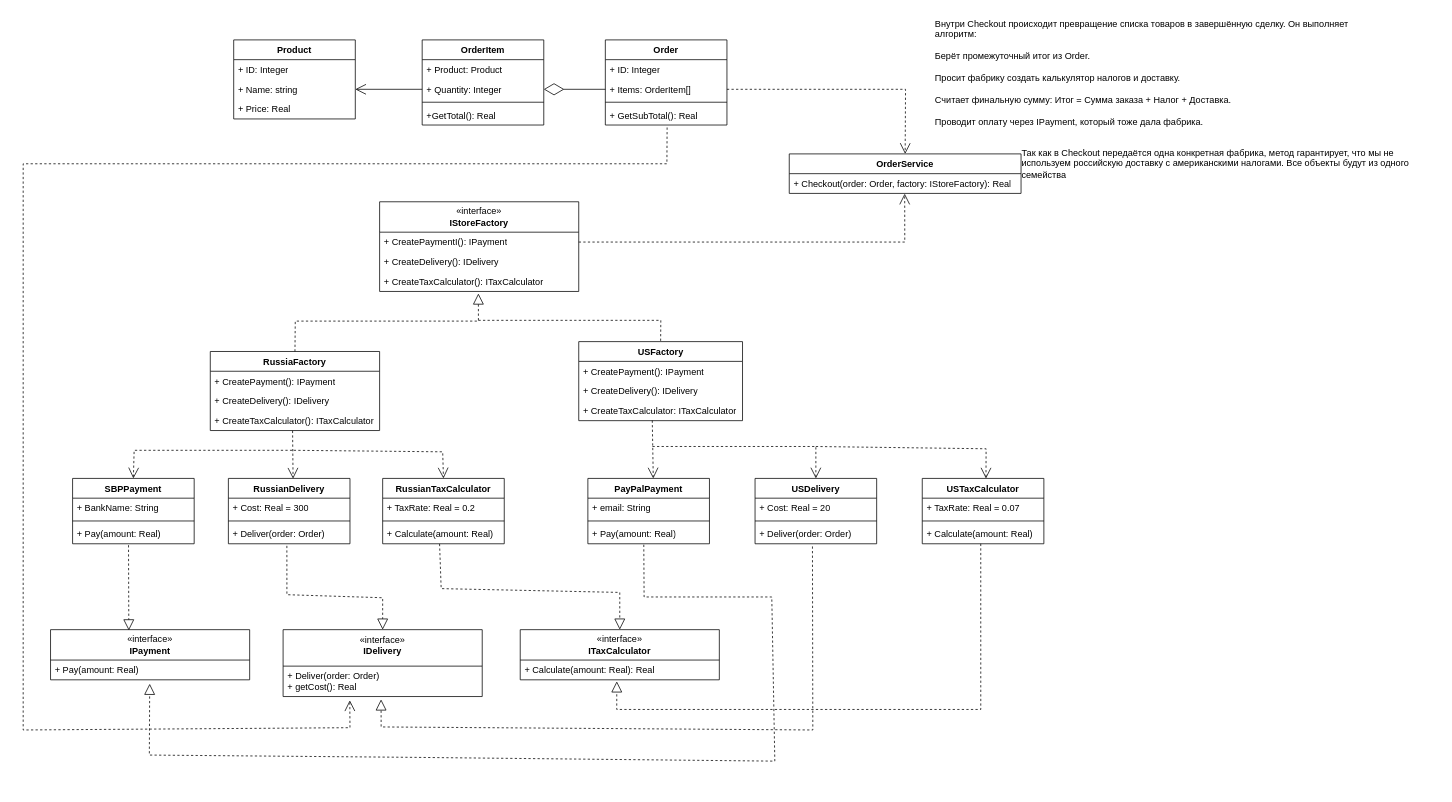
Above: lab01/docs/ооап1.drawio in razzgrape/Object-oriented-analysis-and-design-2 (draw.io), before the change. Source tidied: cells renumbered, new cells numbered last; positions are measured from the earlier drawing's top-left corner, leaving out a move shared by most shapes. Both pictures are drawn from the tidied source at 76%, with x=0, y=0 at pixel (23, 13).
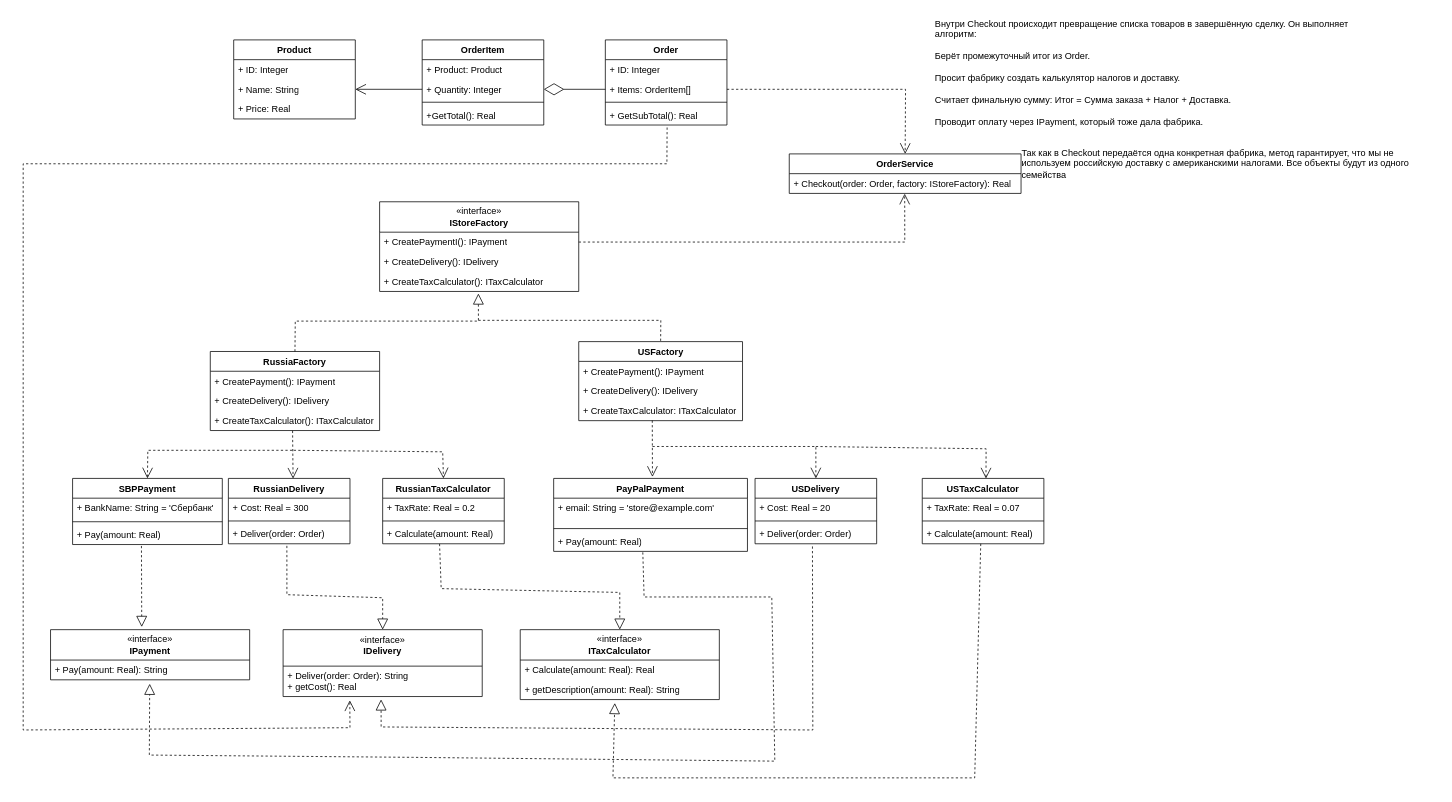
The same diagram, later.

Commit message:
upd: diag class

Unchanged cells that the change refers to:
```xml
<mxCell id="6" value="Product" style="swimlane;fontStyle=1;align=center;verticalAlign=top;horizontal=1;startSize=26;whiteSpace=wrap;html=1;" parent="1" vertex="1">
  <mxGeometry x="277" y="35" width="160" height="104" as="geometry" />
</mxCell>
<mxCell id="38" value="«interface»&lt;div&gt;&lt;b&gt;IPayment&lt;/b&gt;&lt;/div&gt;" style="swimlane;fontStyle=0;horizontal=1;startSize=40;fillColor=none;whiteSpace=wrap;html=1;" parent="1" vertex="1">
  <mxGeometry x="36" y="811" width="262" height="66" as="geometry" />
</mxCell>
<mxCell id="40" value="&lt;span style=&quot;font-weight: 400;&quot;&gt;«interface»&lt;/span&gt;&lt;div&gt;IDelivery&lt;br&gt;&lt;div&gt;&lt;span style=&quot;font-weight: 400;&quot;&gt;&lt;br&gt;&lt;/span&gt;&lt;/div&gt;&lt;/div&gt;" style="swimlane;fontStyle=1;align=center;verticalAlign=top;horizontal=1;startSize=48;whiteSpace=wrap;html=1;" parent="1" vertex="1">
  <mxGeometry x="342" y="811" width="262" height="88" as="geometry" />
</mxCell>
<mxCell id="43" value="+ Calculate(amount: Real): Real&amp;nbsp;" style="text;strokeColor=none;fillColor=none;align=left;verticalAlign=top;spacingLeft=4;spacingRight=4;overflow=hidden;points=[[0,0.5],[1,0.5]];portConstraint=eastwest;whiteSpace=wrap;html=1;" parent="42" vertex="1">
  <mxGeometry y="40" width="262" height="26" as="geometry" />
</mxCell>
<mxCell id="47" value="+ CreateTaxCalculator: ITaxCalculator" style="text;strokeColor=none;fillColor=none;align=left;verticalAlign=top;spacingLeft=4;spacingRight=4;overflow=hidden;points=[[0,0.5],[1,0.5]];portConstraint=eastwest;whiteSpace=wrap;html=1;" parent="44" vertex="1">
  <mxGeometry y="78" width="215.5" height="26" as="geometry" />
</mxCell>
<mxCell id="59" value="+ Calculate(amount: Real)" style="text;strokeColor=none;fillColor=none;align=left;verticalAlign=top;spacingLeft=4;spacingRight=4;overflow=hidden;points=[[0,0.5],[1,0.5]];portConstraint=eastwest;whiteSpace=wrap;html=1;" parent="56" vertex="1">
  <mxGeometry y="60" width="160" height="26" as="geometry" />
</mxCell>
```

Diff of the diagram source:
```diff
@@
-    <mxCell id="8" value="+ Name: string" style="text;strokeColor=none;fillColor=none;align=left;verticalAlign=top;spacingLeft=4;spacingRight=4;overflow=hidden;points=[[0,0.5],[1,0.5]];portConstraint=eastwest;whiteSpace=wrap;html=1;" parent="6" vertex="1">
+    <mxCell id="8" value="+ Name: String" style="text;strokeColor=none;fillColor=none;align=left;verticalAlign=top;spacingLeft=4;spacingRight=4;overflow=hidden;points=[[0,0.5],[1,0.5]];portConstraint=eastwest;whiteSpace=wrap;html=1;" parent="6" vertex="1">
       <mxGeometry y="52" width="160" height="26" as="geometry" />
     </mxCell>
@@
     <mxCell id="26" value="SBPPayment" style="swimlane;fontStyle=1;align=center;verticalAlign=top;horizontal=1;startSize=26;whiteSpace=wrap;html=1;" parent="1" vertex="1">
-      <mxGeometry x="65" y="612" width="160" height="86" as="geometry" />
+      <mxGeometry x="65" y="612" width="197" height="87" as="geometry" />
     </mxCell>
-    <mxCell id="27" value="+ BankName: String" style="text;strokeColor=none;fillColor=none;align=left;verticalAlign=top;spacingLeft=4;spacingRight=4;overflow=hidden;whiteSpace=wrap;html=1;" parent="26" vertex="1">
-      <mxGeometry y="26" width="160" height="26" as="geometry" />
+    <mxCell id="27" value="+ BankName: String = 'Сбербанк'" style="text;strokeColor=none;fillColor=none;align=left;verticalAlign=top;spacingLeft=4;spacingRight=4;overflow=hidden;whiteSpace=wrap;html=1;" parent="26" vertex="1">
+      <mxGeometry y="26" width="197" height="27" as="geometry" />
     </mxCell>
     <mxCell id="28" style="line;strokeWidth=1;fillColor=none;align=left;verticalAlign=middle;spacingTop=-1;spacingLeft=3;spacingRight=3;labelPosition=right;strokeColor=inherit;" parent="26" vertex="1">
-      <mxGeometry y="52" width="160" height="8" as="geometry" />
+      <mxGeometry y="53" width="197" height="8" as="geometry" />
     </mxCell>
     <mxCell id="29" value="+ Pay(amount: Real)" style="text;strokeColor=none;fillColor=none;align=left;verticalAlign=top;spacingLeft=4;spacingRight=4;overflow=hidden;points=[[0,0.5],[1,0.5]];portConstraint=eastwest;whiteSpace=wrap;html=1;" parent="26" vertex="1">
-      <mxGeometry y="60" width="160" height="26" as="geometry" />
+      <mxGeometry y="61" width="197" height="26" as="geometry" />
     </mxCell>
@@
-    <mxCell id="39" value="+ Pay(amount: Real)" style="text;strokeColor=none;fillColor=none;align=left;verticalAlign=top;spacingLeft=4;spacingRight=4;overflow=hidden;points=[[0,0.5],[1,0.5]];portConstraint=eastwest;whiteSpace=wrap;html=1;" parent="38" vertex="1">
+    <mxCell id="39" value="+ Pay(amount: Real): String" style="text;strokeColor=none;fillColor=none;align=left;verticalAlign=top;spacingLeft=4;spacingRight=4;overflow=hidden;points=[[0,0.5],[1,0.5]];portConstraint=eastwest;whiteSpace=wrap;html=1;" parent="38" vertex="1">
       <mxGeometry y="40" width="262" height="26" as="geometry" />
     </mxCell>
@@
-    <mxCell id="41" value="+ Deliver(order: Order)&lt;div&gt;+ getCost(): Real&lt;br&gt;&lt;div&gt;&lt;br&gt;&lt;/div&gt;&lt;/div&gt;" style="text;strokeColor=none;fillColor=none;align=left;verticalAlign=top;spacingLeft=4;spacingRight=4;overflow=hidden;points=[[0,0.5],[1,0.5]];portConstraint=eastwest;whiteSpace=wrap;html=1;" parent="40" vertex="1">
+    <mxCell id="41" value="+ Deliver(order: Order): String&lt;div&gt;+ getCost(): Real&lt;br&gt;&lt;div&gt;&lt;br&gt;&lt;/div&gt;&lt;/div&gt;" style="text;strokeColor=none;fillColor=none;align=left;verticalAlign=top;spacingLeft=4;spacingRight=4;overflow=hidden;points=[[0,0.5],[1,0.5]];portConstraint=eastwest;whiteSpace=wrap;html=1;" parent="40" vertex="1">
       <mxGeometry y="48" width="262" height="40" as="geometry" />
     </mxCell>
     <mxCell id="42" value="«interface»&lt;div&gt;&lt;b&gt;ITaxCalculator&lt;/b&gt;&lt;/div&gt;" style="swimlane;fontStyle=0;horizontal=1;startSize=40;fillColor=none;whiteSpace=wrap;html=1;" parent="1" vertex="1">
-      <mxGeometry x="654" y="811" width="262" height="66" as="geometry" />
+      <mxGeometry x="654" y="811" width="262" height="92" as="geometry" />
     </mxCell>
@@
+    <mxCell id="81" value="+ getDescription(amount: Real): String" style="text;strokeColor=none;fillColor=none;align=left;verticalAlign=top;spacingLeft=4;spacingRight=4;overflow=hidden;points=[[0,0.5],[1,0.5]];portConstraint=eastwest;whiteSpace=wrap;html=1;" parent="42" vertex="1">
+      <mxGeometry y="66" width="262" height="26" as="geometry" />
+    </mxCell>
@@
     <mxCell id="48" value="PayPalPayment" style="swimlane;fontStyle=1;align=center;verticalAlign=top;horizontal=1;startSize=26;whiteSpace=wrap;html=1;" parent="1" vertex="1">
-      <mxGeometry x="743" y="612" width="160" height="86" as="geometry" />
+      <mxGeometry x="698" y="612" width="255" height="96" as="geometry" />
     </mxCell>
-    <mxCell id="49" value="+ email: String" style="text;strokeColor=none;fillColor=none;align=left;verticalAlign=top;spacingLeft=4;spacingRight=4;overflow=hidden;whiteSpace=wrap;html=1;" parent="48" vertex="1">
-      <mxGeometry y="26" width="160" height="26" as="geometry" />
+    <mxCell id="49" value="+ email: String = 'store@example.com'" style="text;strokeColor=none;fillColor=none;align=left;verticalAlign=top;spacingLeft=4;spacingRight=4;overflow=hidden;whiteSpace=wrap;html=1;" parent="48" vertex="1">
+      <mxGeometry y="26" width="255" height="36" as="geometry" />
     </mxCell>
     <mxCell id="50" style="line;strokeWidth=1;fillColor=none;align=left;verticalAlign=middle;spacingTop=-1;spacingLeft=3;spacingRight=3;labelPosition=right;strokeColor=inherit;" parent="48" vertex="1">
-      <mxGeometry y="52" width="160" height="8" as="geometry" />
+      <mxGeometry y="62" width="255" height="8" as="geometry" />
     </mxCell>
     <mxCell id="51" value="+ Pay(amount: Real)" style="text;strokeColor=none;fillColor=none;align=left;verticalAlign=top;spacingLeft=4;spacingRight=4;overflow=hidden;points=[[0,0.5],[1,0.5]];portConstraint=eastwest;whiteSpace=wrap;html=1;" parent="48" vertex="1">
-      <mxGeometry y="60" width="160" height="26" as="geometry" />
+      <mxGeometry y="70" width="255" height="26" as="geometry" />
     </mxCell>
@@
     <mxCell id="68" style="endArrow=open;endSize=12;dashed=1;html=1;rounded=0;entryX=0.5;entryY=0;entryDx=0;entryDy=0;" parent="1" edge="1" target="26">
       <mxGeometry relative="1" as="geometry">
         <mxPoint x="354" y="575" as="sourcePoint" />
         <Array as="points">
-          <mxPoint x="146" y="575" />
+          <mxPoint x="164" y="575" />
         </Array>
       </mxGeometry>
     </mxCell>
-    <mxCell id="69" style="endArrow=open;endSize=12;dashed=1;html=1;rounded=0;exitX=0.449;exitY=0.993;exitDx=0;exitDy=0;exitPerimeter=0;entryX=0.538;entryY=0;entryDx=0;entryDy=0;entryPerimeter=0;" parent="1" edge="1" source="47" target="48">
-      <mxGeometry relative="1" as="geometry" />
+    <mxCell id="69" style="endArrow=open;endSize=12;dashed=1;html=1;rounded=0;exitX=0.449;exitY=0.993;exitDx=0;exitDy=0;exitPerimeter=0;" parent="1" edge="1" source="47">
+      <mxGeometry relative="1" as="geometry">
+        <mxPoint x="828" y="610" as="targetPoint" />
+      </mxGeometry>
     </mxCell>
@@
-    <mxCell id="72" style="endArrow=block;dashed=1;endFill=0;endSize=12;html=1;rounded=0;exitX=0.46;exitY=1.071;exitDx=0;exitDy=0;exitPerimeter=0;" parent="1" edge="1" source="29">
-      <mxGeometry relative="1" as="geometry">
-        <mxPoint x="139" y="812" as="targetPoint" />
-      </mxGeometry>
+    <mxCell id="72" style="endArrow=block;dashed=1;endFill=0;endSize=12;html=1;rounded=0;exitX=0.46;exitY=1.071;exitDx=0;exitDy=0;exitPerimeter=0;entryX=0.458;entryY=-0.053;entryDx=0;entryDy=0;entryPerimeter=0;" parent="1" edge="1" source="29" target="38">
+      <mxGeometry relative="1" as="geometry" />
     </mxCell>
@@
-    <mxCell id="76" style="endArrow=block;dashed=1;endFill=0;endSize=12;html=1;rounded=0;exitX=0.481;exitY=1;exitDx=0;exitDy=0;exitPerimeter=0;entryX=0.485;entryY=1.077;entryDx=0;entryDy=0;entryPerimeter=0;" parent="1" edge="1" source="59" target="43">
+    <mxCell id="76" style="endArrow=block;dashed=1;endFill=0;endSize=12;html=1;rounded=0;exitX=0.481;exitY=1;exitDx=0;exitDy=0;exitPerimeter=0;entryX=0.475;entryY=1.173;entryDx=0;entryDy=0;entryPerimeter=0;" parent="1" edge="1" source="59" target="81">
       <mxGeometry relative="1" as="geometry">
         <Array as="points">
-          <mxPoint x="1260" y="916" />
-          <mxPoint x="781" y="916" />
+          <mxPoint x="1252" y="1006" />
+          <mxPoint x="776" y="1006" />
         </Array>
       </mxGeometry>
     </mxCell>
```
